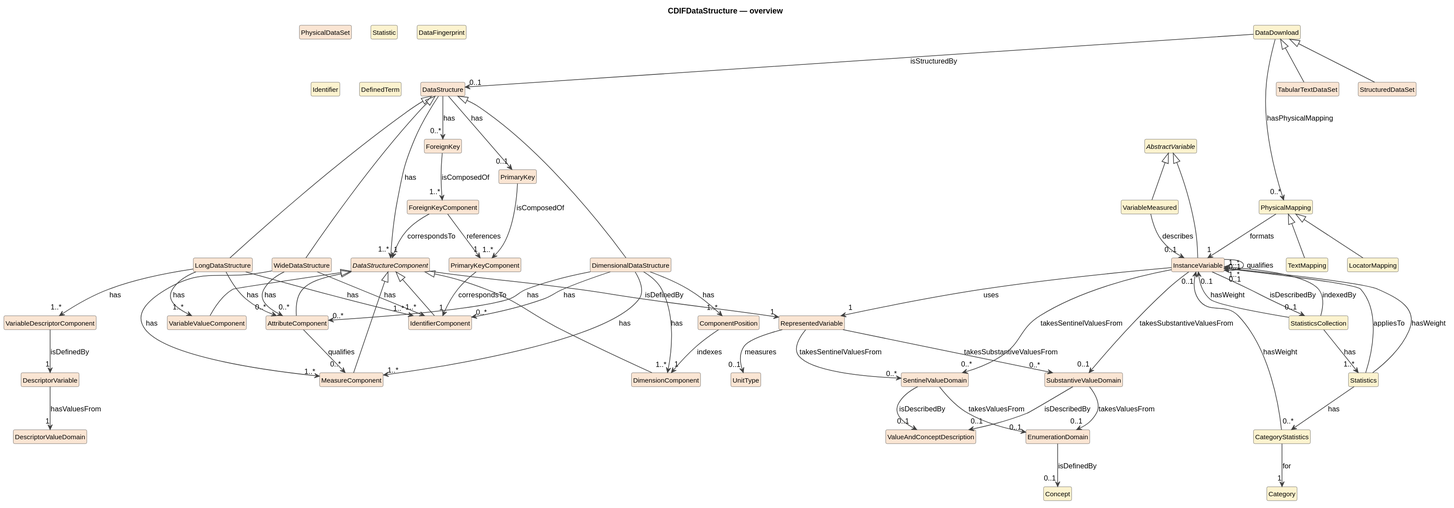
Before: cdif-uml-model/CDIFDataStructure/index.local.svg, a diagram exported from PlantUML (Cross-Domain-Interoperability-Framework/metadataBuildingBlocks).
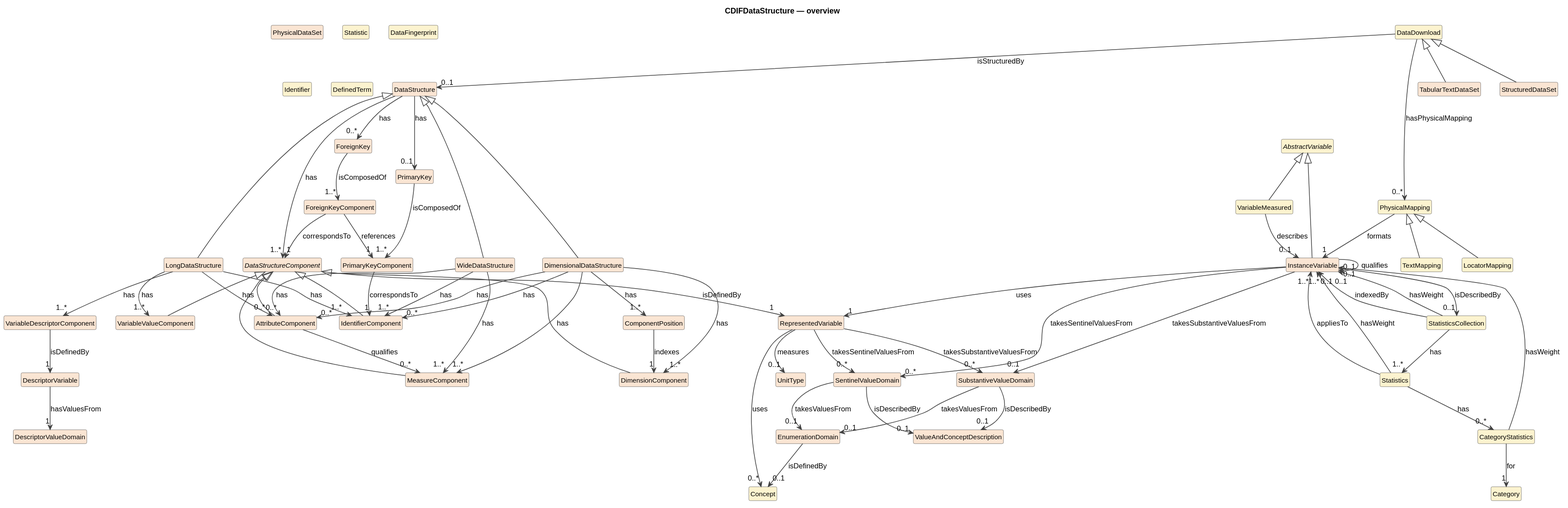
After the change.

The edit, as a diff of the source:
```diff
@@ -90,6 +90,7 @@
 PrimaryKeyComponent --> "1" IdentifierComponent : correspondsTo
 RepresentedVariable --> "0..*" SubstantiveValueDomain : takesSubstantiveValuesFrom
 RepresentedVariable --> "0..*" SentinelValueDomain : takesSentinelValuesFrom
+RepresentedVariable --> "0..*" Concept : uses
 RepresentedVariable --> "0..1" UnitType : measures
 DescriptorVariable --> "1" DescriptorValueDomain : hasValuesFrom
 InstanceVariable --> "1" RepresentedVariable : uses
```
